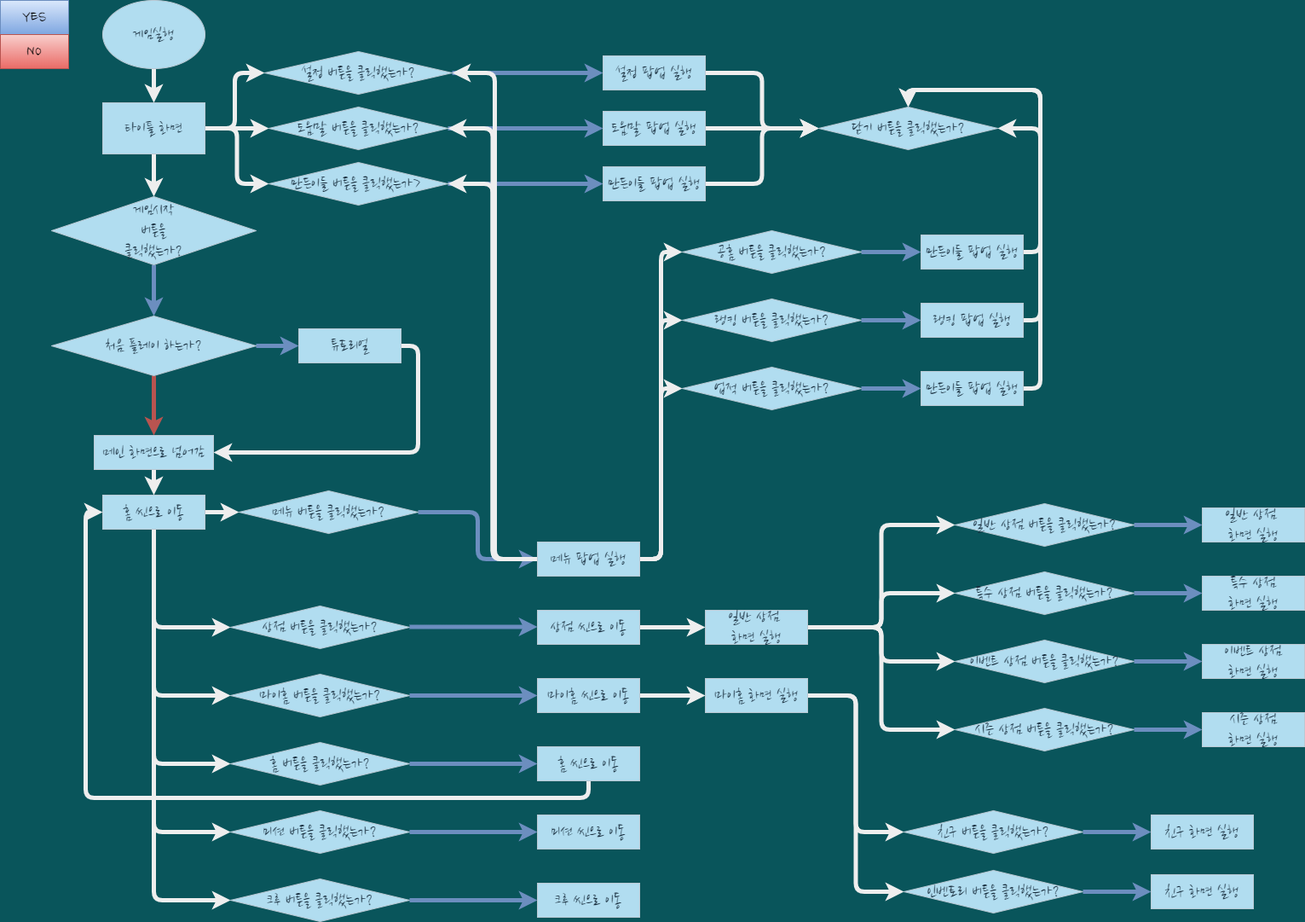
Above: gameplay_flowchat.drawio.png in kinesis19/stac_project_SME (draw.io), before the change. Source tidied: cells renumbered, new cells last; positions are measured from the earlier drawing's top-left corner, leaving out a move shared by most shapes.
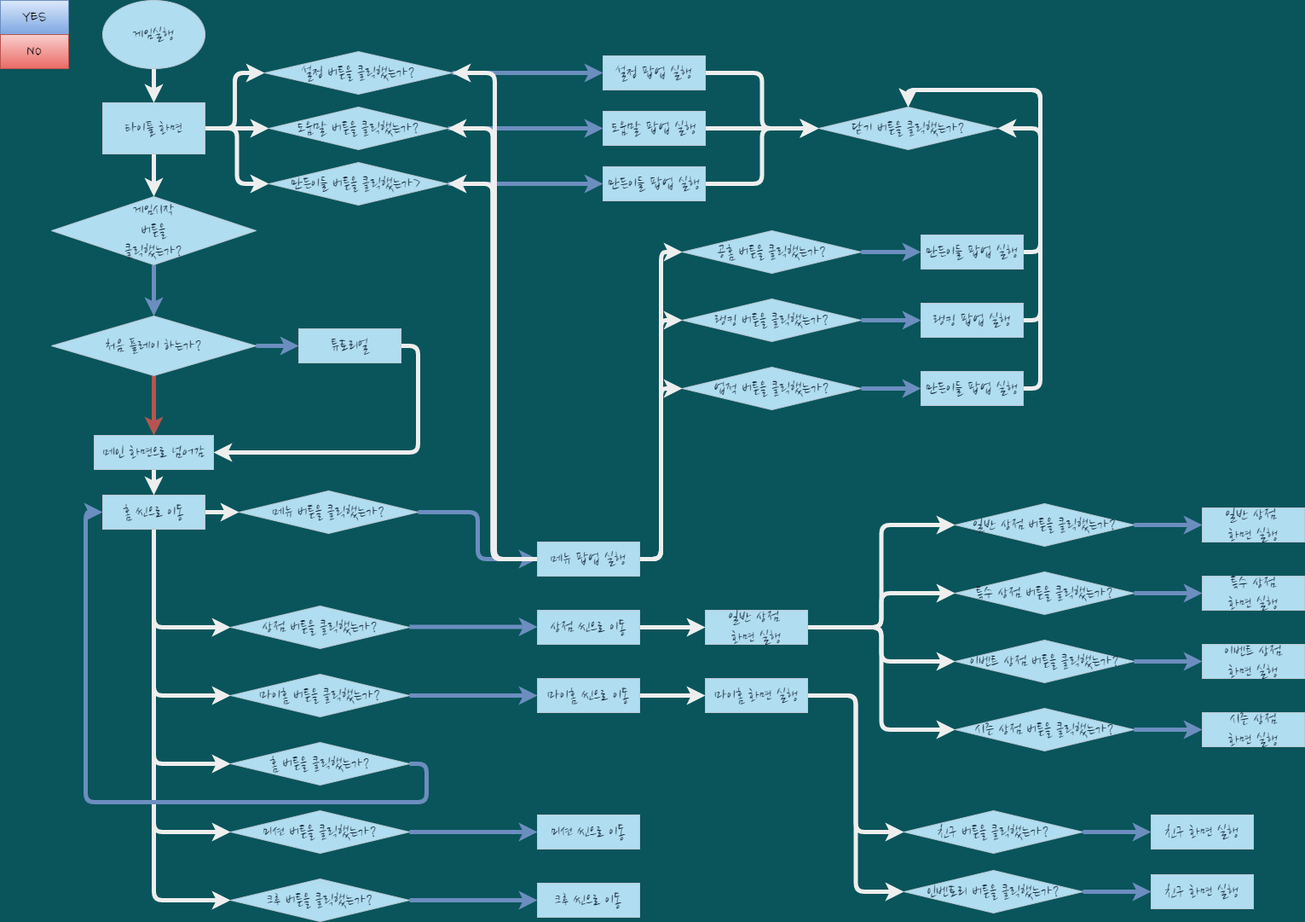
After the change.

The edit, as a diff of the source:
```diff
@@ -197,6 +197,16 @@
     <mxCell id="64" value="홈 씬으로 이동" style="rounded=0;whiteSpace=wrap;html=1;sketch=0;fontFamily=Nanum Brush Script;fontSource=https%3A%2F%2Ffonts.googleapis.com%2Fcss%3Ffamily%3DNanum%2BBrush%2BScript;fontSize=20;fillColor=#B1DDF0;strokeColor=#BAC8D3;fontColor=#182E3E;" parent="1" vertex="1">
       <mxGeometry x="120" y="580" width="120" height="40" as="geometry" />
     </mxCell>
+    <mxCell id="105" style="edgeStyle=orthogonalEdgeStyle;curved=0;rounded=1;sketch=0;jettySize=auto;html=1;exitX=1;exitY=0.5;exitDx=0;exitDy=0;entryX=0;entryY=0.5;entryDx=0;entryDy=0;fontColor=#FFFFFF;strokeColor=#6c8ebf;strokeWidth=5;fillColor=#dae8fc;gradientColor=#7ea6e0;" parent="1" edge="1" source="65" target="64">
+      <mxGeometry relative="1" as="geometry">
+        <Array as="points">
+          <mxPoint x="500" y="895" />
+          <mxPoint x="500" y="940" />
+          <mxPoint x="100" y="940" />
+          <mxPoint x="100" y="600" />
+        </Array>
+      </mxGeometry>
+    </mxCell>
     <mxCell id="65" value="홈 버튼을 클릭했는가?" style="rhombus;whiteSpace=wrap;html=1;rounded=0;sketch=0;fontFamily=Nanum Brush Script;fontSource=https%3A%2F%2Ffonts.googleapis.com%2Fcss%3Ffamily%3DNanum%2BBrush%2BScript;fontSize=20;fillColor=#B1DDF0;strokeColor=#BAC8D3;fontColor=#182E3E;" parent="1" vertex="1">
       <mxGeometry x="270" y="870" width="210" height="50" as="geometry" />
     </mxCell>
@@ -217,17 +227,6 @@
     <mxCell id="70" value="마이홈 씬으로 이동" style="rounded=0;whiteSpace=wrap;html=1;sketch=0;fontFamily=Nanum Brush Script;fontSource=https%3A%2F%2Ffonts.googleapis.com%2Fcss%3Ffamily%3DNanum%2BBrush%2BScript;fontSize=20;fillColor=#B1DDF0;strokeColor=#BAC8D3;fontColor=#182E3E;" parent="1" vertex="1">
       <mxGeometry x="630" y="795" width="120" height="40" as="geometry" />
     </mxCell>
-    <mxCell id="71" style="edgeStyle=orthogonalEdgeStyle;curved=0;rounded=1;sketch=0;jettySize=auto;html=1;exitX=1;exitY=0.5;exitDx=0;exitDy=0;entryX=0;entryY=0.5;entryDx=0;entryDy=0;fontColor=#FFFFFF;strokeColor=#6c8ebf;strokeWidth=5;fillColor=#dae8fc;gradientColor=#7ea6e0;" parent="1" edge="1" target="73">
-      <mxGeometry relative="1" as="geometry">
-        <mxPoint x="480" y="895" as="sourcePoint" />
-      </mxGeometry>
-    </mxCell>
-    <mxCell id="72" style="edgeStyle=orthogonalEdgeStyle;curved=0;rounded=1;sketch=0;jettySize=auto;html=1;exitX=0.5;exitY=1;exitDx=0;exitDy=0;entryX=0;entryY=0.5;entryDx=0;entryDy=0;fontColor=#FFFFFF;strokeColor=#EEEEEE;strokeWidth=5;" parent="1" edge="1" source="73" target="64">
-      <mxGeometry relative="1" as="geometry" />
-    </mxCell>
-    <mxCell id="73" value="홈 씬으로 이동" style="rounded=0;whiteSpace=wrap;html=1;sketch=0;fontFamily=Nanum Brush Script;fontSource=https%3A%2F%2Ffonts.googleapis.com%2Fcss%3Ffamily%3DNanum%2BBrush%2BScript;fontSize=20;fillColor=#B1DDF0;strokeColor=#BAC8D3;fontColor=#182E3E;" parent="1" vertex="1">
-      <mxGeometry x="630" y="875" width="120" height="40" as="geometry" />
-    </mxCell>
     <mxCell id="74" style="edgeStyle=orthogonalEdgeStyle;curved=0;rounded=1;sketch=0;jettySize=auto;html=1;exitX=1;exitY=0.5;exitDx=0;exitDy=0;entryX=0;entryY=0.5;entryDx=0;entryDy=0;fontColor=#FFFFFF;strokeColor=#6c8ebf;strokeWidth=5;fillColor=#dae8fc;gradientColor=#7ea6e0;" parent="1" edge="1" target="75">
       <mxGeometry relative="1" as="geometry">
         <mxPoint x="480" y="975" as="sourcePoint" />
```
